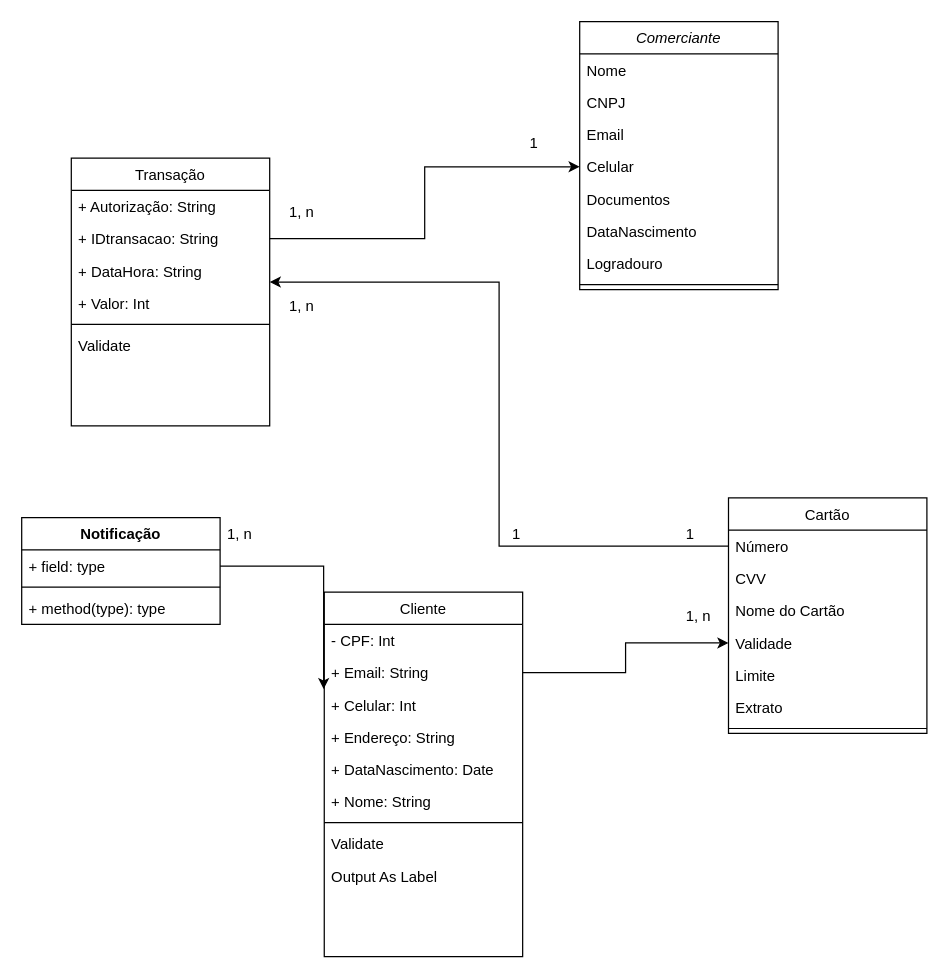
This is Diagrama_Cloud.drawio from LiporaceM/projetocloud, a draw.io file, before an edit. Source tidied: cells renumbered, new cells numbered last; positions are measured from the earlier drawing's top-left corner, leaving out a move shared by most shapes. Both pictures are drawn from the tidied source at 124%, with x=0, y=0 at pixel (21, 21).
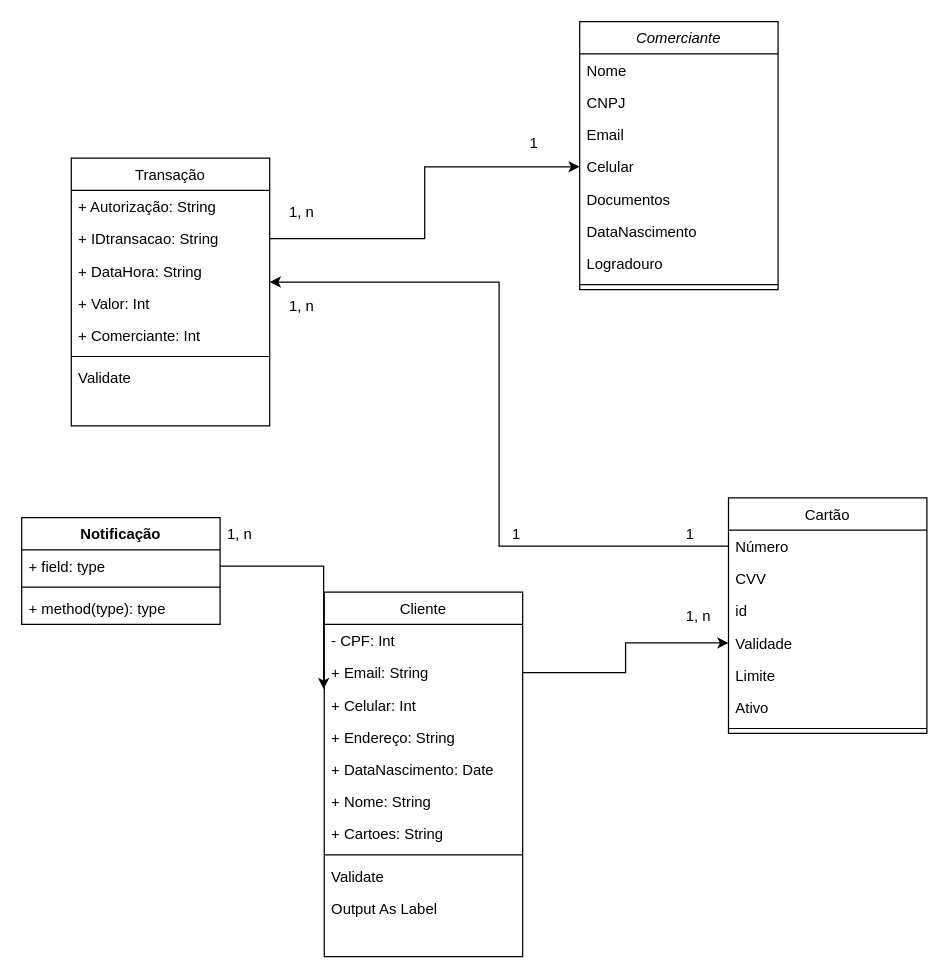
Above is the later version.

Unchanged cells that the change refers to:
```xml
<mxCell id="2" value="Cartão" style="swimlane;fontStyle=0;align=center;verticalAlign=top;horizontal=1;startSize=26;rounded=0;shadow=0;strokeWidth=1;" parent="1" vertex="1">
  <mxGeometry x="570" y="384" width="160" height="190" as="geometry" />
</mxCell>
<mxCell id="10" value="Transação" style="swimlane;fontStyle=0;align=center;verticalAlign=top;horizontal=1;startSize=26;rounded=0;shadow=0;strokeWidth=1;" parent="1" vertex="1">
  <mxGeometry x="40" y="110" width="160" height="216" as="geometry" />
</mxCell>
<mxCell id="30" value="Cliente" style="swimlane;fontStyle=0;align=center;verticalAlign=top;horizontal=1;startSize=26;rounded=0;shadow=0;strokeWidth=1;" parent="1" vertex="1">
  <mxGeometry x="244" y="460" width="160" height="294" as="geometry" />
</mxCell>
```

Diff of the diagram source:
```diff
@@
-    <mxCell id="5" value="Nome do Cartão" style="text;align=left;verticalAlign=top;spacingLeft=4;spacingRight=4;overflow=hidden;rounded=0;shadow=0;html=0;" parent="2" vertex="1">
+    <mxCell id="5" value="id" style="text;align=left;verticalAlign=top;spacingLeft=4;spacingRight=4;overflow=hidden;rounded=0;shadow=0;html=0;" parent="2" vertex="1">
       <mxGeometry y="78" width="160" height="26" as="geometry" />
     </mxCell>
@@
-    <mxCell id="8" value="Extrato" style="text;align=left;verticalAlign=top;spacingLeft=4;spacingRight=4;overflow=hidden;rounded=0;shadow=0;html=0;" parent="2" vertex="1">
+    <mxCell id="8" value="Ativo" style="text;align=left;verticalAlign=top;spacingLeft=4;spacingRight=4;overflow=hidden;rounded=0;shadow=0;html=0;" parent="2" vertex="1">
       <mxGeometry y="156" width="160" height="26" as="geometry" />
     </mxCell>
@@
+    <mxCell id="51" value="+ Valor: Int" style="text;align=left;verticalAlign=top;spacingLeft=4;spacingRight=4;overflow=hidden;rounded=0;shadow=0;html=0;" parent="10" vertex="1">
+      <mxGeometry y="104" width="160" height="26" as="geometry" />
+    </mxCell>
-    <mxCell id="14" value="+ Valor: Int" style="text;align=left;verticalAlign=top;spacingLeft=4;spacingRight=4;overflow=hidden;rounded=0;shadow=0;html=0;" parent="10" vertex="1">
-      <mxGeometry y="104" width="160" height="26" as="geometry" />
+    <mxCell id="14" value="+ Comerciante: Int" style="text;align=left;verticalAlign=top;spacingLeft=4;spacingRight=4;overflow=hidden;rounded=0;shadow=0;html=0;" parent="10" vertex="1">
+      <mxGeometry y="130" width="160" height="26" as="geometry" />
     </mxCell>
     <mxCell id="15" style="line;html=1;strokeWidth=1;align=left;verticalAlign=middle;spacingTop=-1;spacingLeft=3;spacingRight=3;labelPosition=right;" parent="10" vertex="1">
-      <mxGeometry y="130" width="160" height="8" as="geometry" />
+      <mxGeometry y="156" width="160" height="8" as="geometry" />
     </mxCell>
     <mxCell id="16" value="Validate" style="text;align=left;verticalAlign=top;spacingLeft=4;spacingRight=4;overflow=hidden;" parent="10" vertex="1">
-      <mxGeometry y="138" width="160" height="26" as="geometry" />
+      <mxGeometry y="164" width="160" height="26" as="geometry" />
     </mxCell>
@@
+    <mxCell id="52" value="+ Nome: String" style="text;align=left;verticalAlign=top;spacingLeft=4;spacingRight=4;overflow=hidden;rounded=0;shadow=0;html=0;" parent="30" vertex="1">
+      <mxGeometry y="156" width="160" height="26" as="geometry" />
+    </mxCell>
-    <mxCell id="36" value="+ Nome: String" style="text;align=left;verticalAlign=top;spacingLeft=4;spacingRight=4;overflow=hidden;rounded=0;shadow=0;html=0;" parent="30" vertex="1">
-      <mxGeometry y="156" width="160" height="26" as="geometry" />
+    <mxCell id="36" value="+ Cartoes: String" style="text;align=left;verticalAlign=top;spacingLeft=4;spacingRight=4;overflow=hidden;rounded=0;shadow=0;html=0;" parent="30" vertex="1">
+      <mxGeometry y="182" width="160" height="26" as="geometry" />
     </mxCell>
     <mxCell id="37" style="line;html=1;strokeWidth=1;align=left;verticalAlign=middle;spacingTop=-1;spacingLeft=3;spacingRight=3;labelPosition=right;" parent="30" vertex="1">
-      <mxGeometry y="182" width="160" height="8" as="geometry" />
+      <mxGeometry y="208" width="160" height="8" as="geometry" />
     </mxCell>
     <mxCell id="38" value="Validate" style="text;align=left;verticalAlign=top;spacingLeft=4;spacingRight=4;overflow=hidden;" parent="30" vertex="1">
-      <mxGeometry y="190" width="160" height="26" as="geometry" />
+      <mxGeometry y="216" width="160" height="26" as="geometry" />
     </mxCell>
     <mxCell id="39" value="Output As Label" style="text;align=left;verticalAlign=top;spacingLeft=4;spacingRight=4;overflow=hidden;" parent="30" vertex="1">
-      <mxGeometry y="216" width="160" height="26" as="geometry" />
+      <mxGeometry y="242" width="160" height="26" as="geometry" />
     </mxCell>
```
